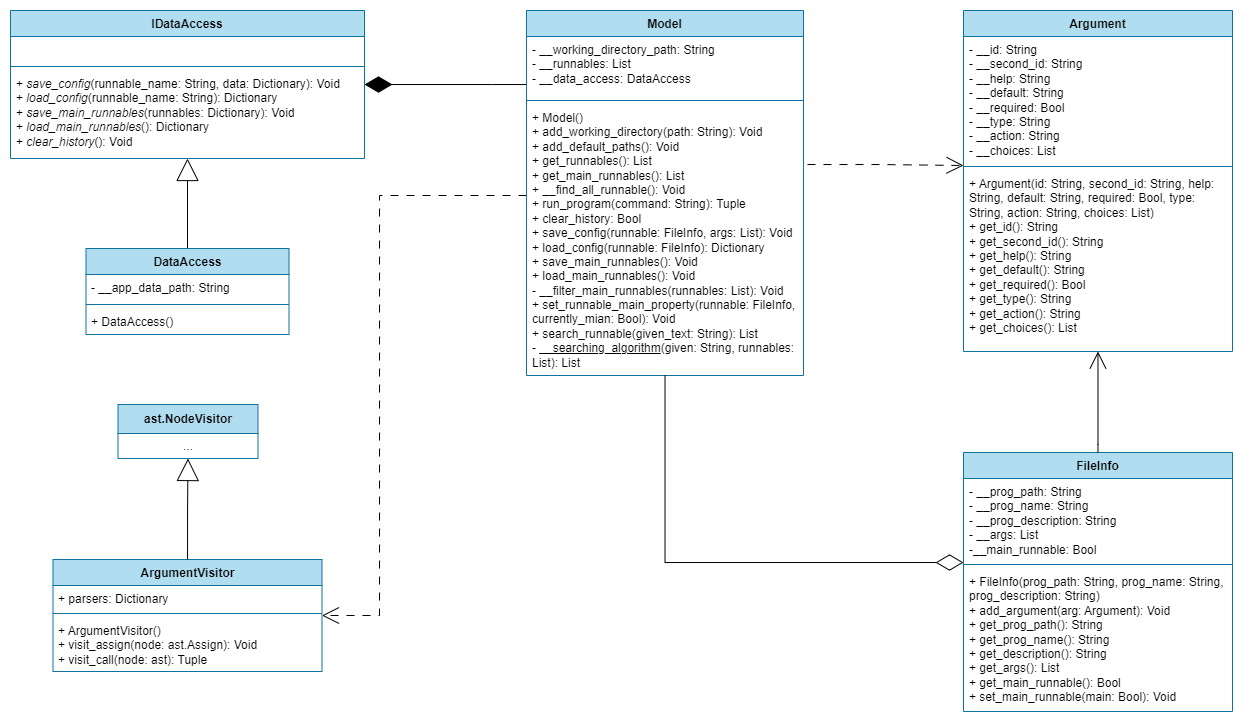
Before: documentation/img/class_diagram_model_persistence.drawio.png, a diagram exported from draw.io (CsullogBeni/szofttech). Source tidied: cells renumbered, new cells last; positions are measured from the earlier drawing's top-left corner, leaving out a move shared by most shapes.
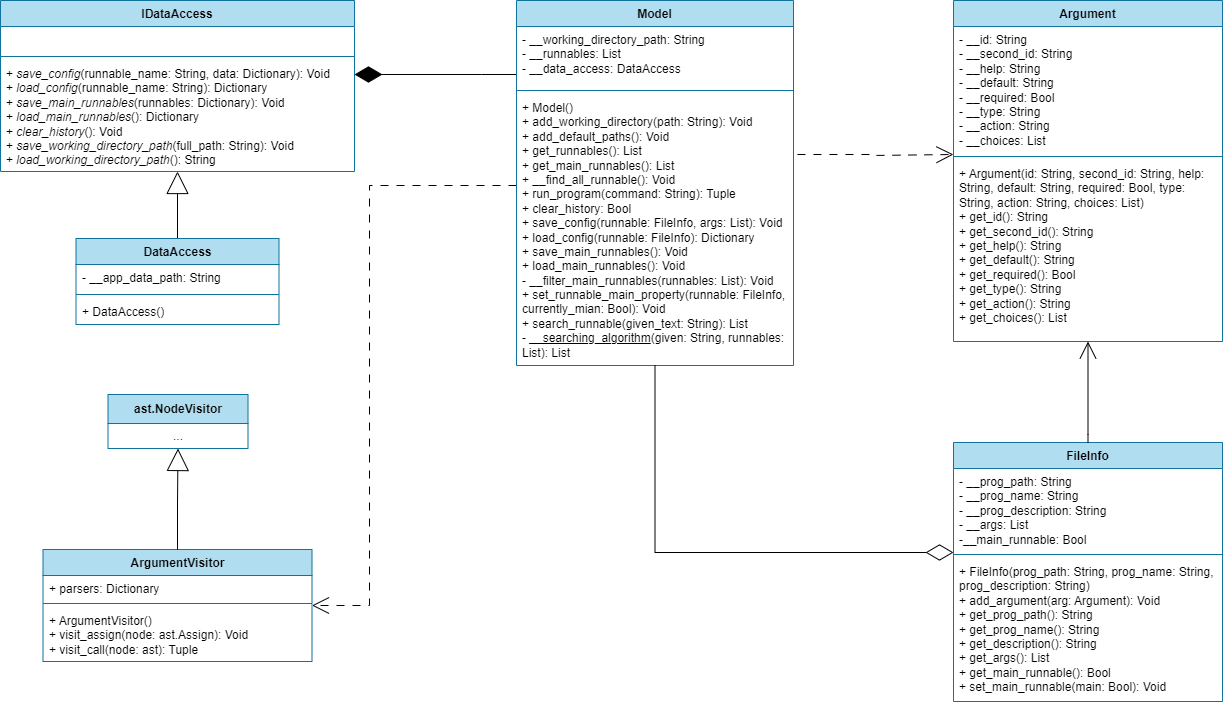
Later version of the same file.

Commit message:
Add save_working_directory_path and load_working_directory_path to documentation

The edit, as a diff of the source:
```diff
@@ -3,7 +3,7 @@
     <mxCell id="0" />
     <mxCell id="1" parent="0" />
     <mxCell id="2" value="IDataAccess" style="swimlane;fontStyle=1;align=center;verticalAlign=top;horizontal=1;startSize=26;whiteSpace=wrap;html=1;fillColor=#b1ddf0;strokeColor=#10739e;" parent="1" vertex="1">
-      <mxGeometry width="354" height="148" as="geometry" />
+      <mxGeometry width="354" height="171" as="geometry" />
     </mxCell>
     <mxCell id="3" value="&amp;nbsp;" style="text;strokeColor=none;fillColor=none;align=left;verticalAlign=top;spacingLeft=4;spacingRight=4;overflow=hidden;whiteSpace=wrap;html=1;" parent="2" vertex="1">
       <mxGeometry y="26" width="354" height="26" as="geometry" />
@@ -11,8 +11,8 @@
     <mxCell id="4" style="line;strokeWidth=1;fillColor=none;align=left;verticalAlign=middle;spacingTop=-1;spacingLeft=3;spacingRight=3;labelPosition=right;strokeColor=inherit;" parent="2" vertex="1">
       <mxGeometry y="52" width="354" height="8" as="geometry" />
     </mxCell>
-    <mxCell id="5" value="+ &lt;i&gt;save_config&lt;/i&gt;(runnable_name: String, data: Dictionary): Void&lt;div&gt;+ &lt;i&gt;load_config&lt;/i&gt;(runnable_name: String): Dictionary&lt;/div&gt;&lt;div&gt;+ &lt;i&gt;save_main_runnables&lt;/i&gt;(runnables: Dictionary): Void&lt;/div&gt;&lt;div&gt;+ &lt;i&gt;load_main_runnables&lt;/i&gt;(): Dictionary&lt;/div&gt;&lt;div&gt;+ &lt;i&gt;clear_history&lt;/i&gt;(): Void&lt;/div&gt;" style="text;strokeColor=none;fillColor=none;align=left;verticalAlign=top;spacingLeft=4;spacingRight=4;overflow=hidden;whiteSpace=wrap;html=1;" parent="2" vertex="1">
-      <mxGeometry y="60" width="354" height="88" as="geometry" />
+    <mxCell id="5" value="+ &lt;i&gt;save_config&lt;/i&gt;(runnable_name: String, data: Dictionary): Void&lt;div&gt;+ &lt;i&gt;load_config&lt;/i&gt;(runnable_name: String): Dictionary&lt;/div&gt;&lt;div&gt;+ &lt;i&gt;save_main_runnables&lt;/i&gt;(runnables: Dictionary): Void&lt;/div&gt;&lt;div&gt;+ &lt;i&gt;load_main_runnables&lt;/i&gt;(): Dictionary&lt;/div&gt;&lt;div&gt;+ &lt;i&gt;clear_history&lt;/i&gt;(): Void&lt;/div&gt;&lt;div&gt;&lt;font face=&quot;Helvetica&quot;&gt;+ &lt;i&gt;save_working_directory_path&lt;/i&gt;(full_path: String): Void&lt;/font&gt;&lt;/div&gt;&lt;div&gt;&lt;font face=&quot;Helvetica&quot;&gt;+ &lt;i&gt;load&lt;/i&gt;&lt;/font&gt;&lt;span style=&quot;background-color: initial;&quot;&gt;&lt;i&gt;_working_directory_path&lt;/i&gt;(): String&lt;/span&gt;&lt;/div&gt;" style="text;strokeColor=none;fillColor=none;align=left;verticalAlign=top;spacingLeft=4;spacingRight=4;overflow=hidden;whiteSpace=wrap;html=1;" parent="2" vertex="1">
+      <mxGeometry y="60" width="354" height="111" as="geometry" />
     </mxCell>
     <mxCell id="6" style="edgeStyle=orthogonalEdgeStyle;rounded=0;jettySize=auto;html=1;endArrow=block;endFill=0;endSize=20;strokeColor=default;" parent="1" edge="1" source="7" target="2">
       <mxGeometry relative="1" as="geometry" />
```
